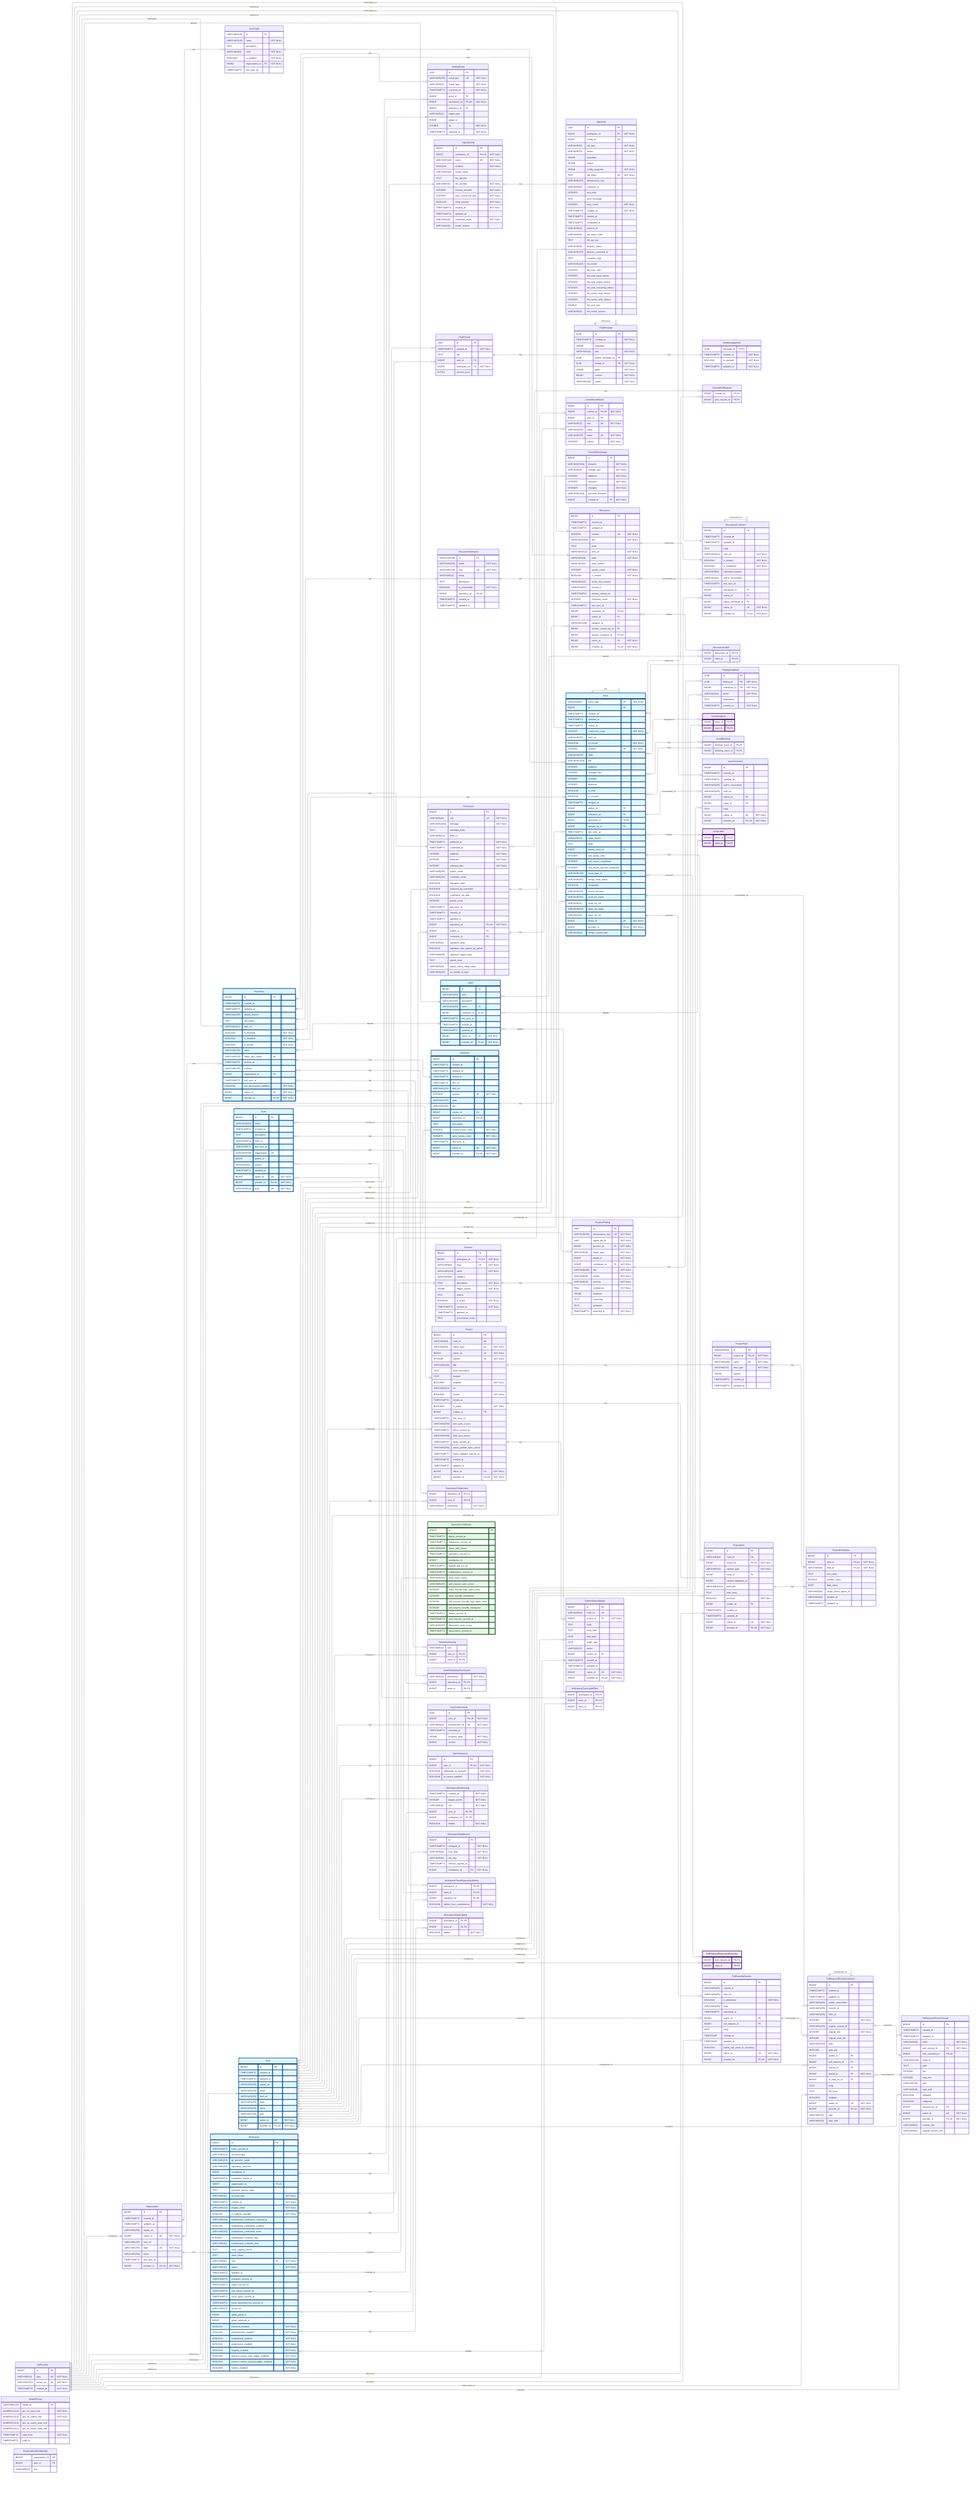
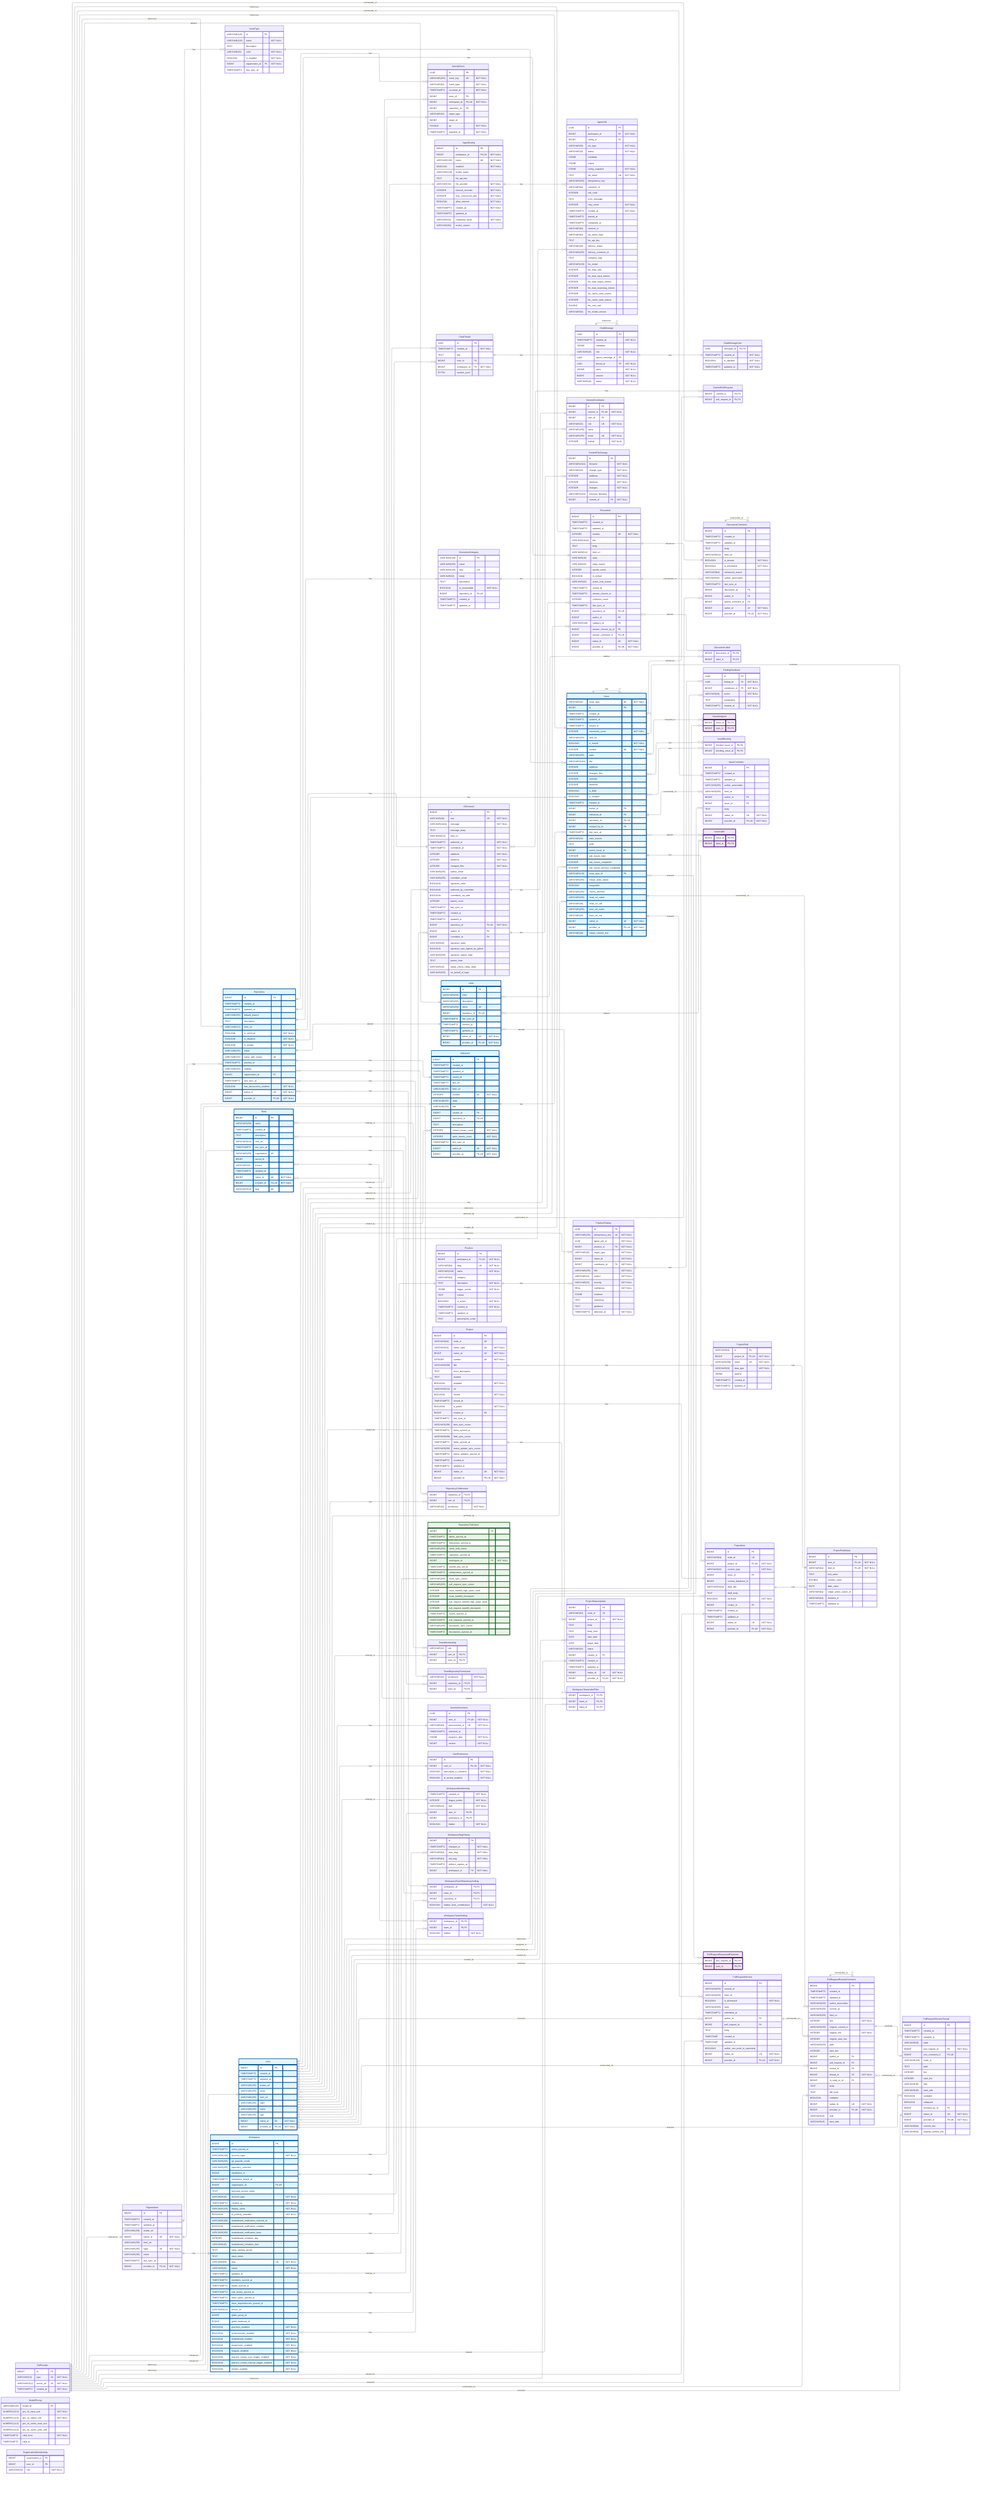
---
config:
    layout: elk
---
erDiagram
    %% Generated automatically from PostgreSQL database schema
    %% using scripts/generate-mermaid-erd.ts
    %% To regenerate: pnpm run db:generate-erd-docs

    direction LR

    ActivityEvent {
        UUID id PK
        VARCHAR(255) event_key UK "NOT NULL"
        VARCHAR(64) event_type "NOT NULL"
        TIMESTAMPTZ occurred_at "NOT NULL"
        BIGINT actor_id FK
        BIGINT workspace_id FK,UK "NOT NULL"
        BIGINT repository_id FK
        VARCHAR(32) target_type
        BIGINT target_id
        DOUBLE xp "NOT NULL"
        TIMESTAMPTZ ingested_at "NOT NULL"
    }

    AgentConfig {
        BIGINT id PK
        BIGINT workspace_id FK,UK "NOT NULL"
        VARCHAR(100) name UK "NOT NULL"
        BOOLEAN enabled "NOT NULL"
        VARCHAR(128) model_name
        TEXT llm_api_key
        VARCHAR(32) llm_provider "NOT NULL"
        INTEGER timeout_seconds "NOT NULL"
        INTEGER max_concurrent_jobs "NOT NULL"
        BOOLEAN allow_internet "NOT NULL"
        TIMESTAMPTZ created_at "NOT NULL"
        TIMESTAMPTZ updated_at
        VARCHAR(16) credential_mode "NOT NULL"
        VARCHAR(50) model_version
    }

    AgentJob {
        UUID id PK
        BIGINT workspace_id FK "NOT NULL"
        BIGINT config_id FK
        VARCHAR(50) job_type "NOT NULL"
        VARCHAR(20) status "NOT NULL"
        JSONB metadata
        JSONB output
        JSONB config_snapshot "NOT NULL"
        TEXT job_token UK "NOT NULL"
        VARCHAR(255) idempotency_key
        VARCHAR(64) container_id
        INTEGER exit_code
        TEXT error_message
        INTEGER retry_count "NOT NULL"
        TIMESTAMPTZ created_at "NOT NULL"
        TIMESTAMPTZ started_at
        TIMESTAMPTZ completed_at
        VARCHAR(64) network_id
        VARCHAR(64) job_token_hash
        TEXT llm_api_key
        VARCHAR(20) delivery_status
        VARCHAR(255) delivery_comment_id
        TEXT container_logs
        VARCHAR(100) llm_model
        INTEGER llm_total_calls
        INTEGER llm_total_input_tokens
        INTEGER llm_total_output_tokens
        INTEGER llm_total_reasoning_tokens
        INTEGER llm_cache_read_tokens
        INTEGER llm_cache_write_tokens
        DOUBLE llm_cost_usd
        VARCHAR(50) llm_model_version
    }

    ChatMessage {
        UUID id PK
        TIMESTAMPTZ created_at "NOT NULL"
        JSONB metadata
        VARCHAR(16) role "NOT NULL"
        UUID parent_message_id FK
        UUID thread_id FK "NOT NULL"
        JSONB parts "NOT NULL"
        BIGINT version "NOT NULL"
        VARCHAR(16) status "NOT NULL"
    }

    ChatMessageVote {
        UUID message_id PK,FK
        TIMESTAMPTZ created_at "NOT NULL"
        BOOLEAN is_upvoted "NOT NULL"
        TIMESTAMPTZ updated_at "NOT NULL"
    }

    ChatThread {
        UUID id PK
        TIMESTAMPTZ created_at "NOT NULL"
        TEXT title
        BIGINT user_id FK
        BIGINT workspace_id FK "NOT NULL"
        BYTEA session_jsonl
    }

    CommitContributor {
        BIGINT id PK
        BIGINT commit_id FK,UK "NOT NULL"
        BIGINT user_id FK
        VARCHAR(32) role UK "NOT NULL"
        VARCHAR(255) name
        VARCHAR(255) email UK "NOT NULL"
        INTEGER ordinal "NOT NULL"
    }

    CommitFileChange {
        BIGINT id PK
        VARCHAR(1024) filename "NOT NULL"
        VARCHAR(32) change_type "NOT NULL"
        INTEGER additions "NOT NULL"
        INTEGER deletions "NOT NULL"
        INTEGER changes "NOT NULL"
        VARCHAR(1024) previous_filename
        BIGINT commit_id FK "NOT NULL"
    }

    CommitPullRequest {
        BIGINT commit_id PK,FK
        BIGINT pull_request_id PK,FK
    }

    Discussion {
        BIGINT id PK
        TIMESTAMPTZ created_at
        TIMESTAMPTZ updated_at
        INTEGER number UK "NOT NULL"
-         VARCHAR(1024) title "NOT NULL"
+         VARCHAR(1024) title
        TEXT body
-         VARCHAR(512) html_url "NOT NULL"
-         VARCHAR(16) state "NOT NULL"
+         VARCHAR(512) html_url
+         VARCHAR(16) state
        VARCHAR(32) state_reason
-         INTEGER upvote_count "NOT NULL"
-         BOOLEAN is_locked "NOT NULL"
+         INTEGER upvote_count
+         BOOLEAN is_locked
        VARCHAR(32) active_lock_reason
        TIMESTAMPTZ closed_at
        TIMESTAMPTZ answer_chosen_at
-         INTEGER comment_count "NOT NULL"
+         INTEGER comment_count
        TIMESTAMPTZ last_sync_at
        BIGINT repository_id FK,UK
        BIGINT author_id FK
        VARCHAR(128) category_id FK
        BIGINT answer_chosen_by_id FK
        BIGINT answer_comment_id FK,UK
        BIGINT native_id UK "NOT NULL"
        BIGINT provider_id FK,UK "NOT NULL"
    }

    DiscussionCategory {
        VARCHAR(128) id PK
-         VARCHAR(255) name "NOT NULL"
-         VARCHAR(128) slug UK "NOT NULL"
+         VARCHAR(255) name
+         VARCHAR(128) slug UK
        VARCHAR(32) emoji
        TEXT description
        BOOLEAN is_answerable "NOT NULL"
        BIGINT repository_id FK,UK
        TIMESTAMPTZ created_at
        TIMESTAMPTZ updated_at
    }

    DiscussionComment {
        BIGINT id PK
        TIMESTAMPTZ created_at
        TIMESTAMPTZ updated_at
        TEXT body
-         VARCHAR(512) html_url "NOT NULL"
+         VARCHAR(512) html_url
        BOOLEAN is_answer "NOT NULL"
        BOOLEAN is_minimized "NOT NULL"
        VARCHAR(64) minimized_reason
        VARCHAR(32) author_association
        TIMESTAMPTZ last_sync_at
        BIGINT discussion_id FK
        BIGINT author_id FK
        BIGINT parent_comment_id FK
        BIGINT native_id UK "NOT NULL"
        BIGINT provider_id FK,UK "NOT NULL"
    }

    DiscussionLabel {
        BIGINT discussion_id PK,FK
        BIGINT label_id PK,FK
    }

    FindingFeedback {
        UUID id PK
        UUID finding_id FK "NOT NULL"
        BIGINT contributor_id FK "NOT NULL"
        VARCHAR(16) action "NOT NULL"
        TEXT explanation
        TIMESTAMPTZ created_at "NOT NULL"
    }

    GitCommit {
        BIGINT id PK
        VARCHAR(40) sha UK "NOT NULL"
        VARCHAR(1024) message "NOT NULL"
        TEXT message_body
        VARCHAR(512) html_url
        TIMESTAMPTZ authored_at "NOT NULL"
        TIMESTAMPTZ committed_at "NOT NULL"
        INTEGER additions "NOT NULL"
        INTEGER deletions "NOT NULL"
        INTEGER changed_files "NOT NULL"
        VARCHAR(255) author_email
        VARCHAR(255) committer_email
        BOOLEAN signature_valid
        BOOLEAN authored_by_committer
        BOOLEAN committed_via_web
        INTEGER parent_count
        TIMESTAMPTZ last_sync_at
        TIMESTAMPTZ created_at
        TIMESTAMPTZ updated_at
        BIGINT repository_id FK,UK "NOT NULL"
        BIGINT author_id FK
        BIGINT committer_id FK
        VARCHAR(32) signature_state
        BOOLEAN signature_was_signed_by_github
        VARCHAR(255) signature_signer_login
        TEXT parent_shas
        VARCHAR(32) status_check_rollup_state
        VARCHAR(255) on_behalf_of_login
    }

    GitProvider {
        BIGINT id PK
        VARCHAR(10) type UK "NOT NULL"
        VARCHAR(512) server_url UK "NOT NULL"
        TIMESTAMPTZ created_at "NOT NULL"
    }

    Issue {
        VARCHAR(31) issue_type UK "NOT NULL"
        BIGINT id PK
        TIMESTAMPTZ created_at
        TIMESTAMPTZ updated_at
        TIMESTAMPTZ closed_at
        INTEGER comments_count "NOT NULL"
        VARCHAR(255) html_url
        BOOLEAN is_locked "NOT NULL"
        INTEGER number UK "NOT NULL"
        VARCHAR(255) state
        VARCHAR(1024) title
        INTEGER additions
        INTEGER changed_files
        INTEGER commits
        INTEGER deletions
        BOOLEAN is_draft
        BOOLEAN is_merged
        TIMESTAMPTZ merged_at
        BIGINT author_id FK
        BIGINT milestone_id FK
        BIGINT repository_id FK,UK
        BIGINT merged_by_id FK
        TIMESTAMPTZ last_sync_at
        VARCHAR(32) state_reason
        TEXT body
        BIGINT parent_issue_id FK
        INTEGER sub_issues_total
        INTEGER sub_issues_completed
        INTEGER sub_issues_percent_completed
        VARCHAR(128) issue_type_id FK
        VARCHAR(255) merge_state_status
        BOOLEAN mergeable
        VARCHAR(255) review_decision
        VARCHAR(255) head_ref_name
        VARCHAR(40) head_ref_oid
        VARCHAR(255) base_ref_name
        VARCHAR(40) base_ref_oid
        BIGINT native_id UK "NOT NULL"
        BIGINT provider_id FK,UK "NOT NULL"
        VARCHAR(40) merge_commit_sha
    }

    IssueAssignee {
        BIGINT issue_id PK,FK
        BIGINT user_id PK,FK
    }

    IssueBlocking {
        BIGINT blocked_issue_id PK,FK
        BIGINT blocking_issue_id PK,FK
    }

    IssueComment {
        BIGINT id PK
        TIMESTAMPTZ created_at
        TIMESTAMPTZ updated_at
        VARCHAR(255) author_association
        VARCHAR(255) html_url
        BIGINT author_id FK
        BIGINT issue_id FK
        TEXT body
        BIGINT native_id UK "NOT NULL"
        BIGINT provider_id FK,UK "NOT NULL"
    }

    IssueLabel {
        BIGINT issue_id PK,FK
        BIGINT label_id PK,FK
    }

    IssueType {
        VARCHAR(128) id PK
        VARCHAR(128) name "NOT NULL"
        TEXT description
        VARCHAR(20) color "NOT NULL"
        BOOLEAN is_enabled "NOT NULL"
        BIGINT organization_id FK "NOT NULL"
        TIMESTAMPTZ last_sync_at
    }

    Label {
        BIGINT id PK
        VARCHAR(255) color
        VARCHAR(255) description
        VARCHAR(255) name UK
        BIGINT repository_id FK,UK
        TIMESTAMPTZ last_sync_at
        TIMESTAMPTZ created_at
        TIMESTAMPTZ updated_at
        BIGINT native_id UK "NOT NULL"
        BIGINT provider_id FK,UK "NOT NULL"
    }

    Milestone {
        BIGINT id PK
        TIMESTAMPTZ created_at
        TIMESTAMPTZ updated_at
        TIMESTAMPTZ closed_at
        TIMESTAMPTZ due_on
        VARCHAR(255) html_url
        INTEGER number UK "NOT NULL"
        VARCHAR(255) state
        VARCHAR(255) title
        BIGINT creator_id FK
        BIGINT repository_id FK,UK
        TEXT description
        INTEGER closed_issues_count "NOT NULL"
        INTEGER open_issues_count "NOT NULL"
        TIMESTAMPTZ last_sync_at
        BIGINT native_id UK "NOT NULL"
        BIGINT provider_id FK,UK "NOT NULL"
    }

    ModelPricing {
        VARCHAR(128) model_id PK
        NUMERIC(12,6) per_1k_input_usd "NOT NULL"
        NUMERIC(12,6) per_1k_output_usd "NOT NULL"
        NUMERIC(12,6) per_1k_cache_read_usd
        NUMERIC(12,6) per_1k_cache_write_usd
        TIMESTAMPTZ valid_from "NOT NULL"
        TIMESTAMPTZ valid_to
    }

    Organization {
        BIGINT id PK
        TIMESTAMPTZ created_at
        TIMESTAMPTZ updated_at
        VARCHAR(255) avatar_url
        BIGINT native_id UK "NOT NULL"
        VARCHAR(255) html_url
        VARCHAR(255) login UK "NOT NULL"
        VARCHAR(255) name
        TIMESTAMPTZ last_sync_at
        BIGINT provider_id FK,UK "NOT NULL"
    }

    OrganizationMembership {
        BIGINT organization_id PK
        BIGINT user_id PK
-         VARCHAR(32) role
+         VARCHAR(32) role "NOT NULL"
    }

    Practice {
        BIGINT id PK
        BIGINT workspace_id FK,UK "NOT NULL"
        VARCHAR(64) slug UK "NOT NULL"
        VARCHAR(128) name "NOT NULL"
        VARCHAR(64) category
        TEXT description "NOT NULL"
        JSONB trigger_events "NOT NULL"
        TEXT criteria
        BOOLEAN is_active "NOT NULL"
        TIMESTAMPTZ created_at "NOT NULL"
        TIMESTAMPTZ updated_at
        TEXT precompute_script
    }

    PracticeFinding {
        UUID id PK
        VARCHAR(255) idempotency_key UK "NOT NULL"
        UUID agent_job_id "NOT NULL"
        BIGINT practice_id FK "NOT NULL"
        VARCHAR(32) target_type "NOT NULL"
        BIGINT target_id "NOT NULL"
        BIGINT contributor_id FK "NOT NULL"
        VARCHAR(255) title "NOT NULL"
        VARCHAR(16) verdict "NOT NULL"
        VARCHAR(16) severity "NOT NULL"
        REAL confidence "NOT NULL"
        JSONB evidence
        TEXT reasoning
        TEXT guidance
        TIMESTAMPTZ detected_at "NOT NULL"
    }

    Project {
        BIGINT id PK
        VARCHAR(64) node_id UK
        VARCHAR(32) owner_type UK "NOT NULL"
        BIGINT owner_id UK "NOT NULL"
        INTEGER number UK "NOT NULL"
        VARCHAR(256) title
        TEXT short_description
        TEXT readme
        BOOLEAN template "NOT NULL"
        VARCHAR(512) url
        BOOLEAN closed "NOT NULL"
        TIMESTAMPTZ closed_at
        BOOLEAN is_public "NOT NULL"
        BIGINT creator_id FK
        TIMESTAMPTZ last_sync_at
        VARCHAR(256) item_sync_cursor
        TIMESTAMPTZ items_synced_at
        VARCHAR(256) field_sync_cursor
        TIMESTAMPTZ fields_synced_at
        VARCHAR(256) status_update_sync_cursor
        TIMESTAMPTZ status_updates_synced_at
        TIMESTAMPTZ created_at
        TIMESTAMPTZ updated_at
        BIGINT native_id UK "NOT NULL"
        BIGINT provider_id FK,UK "NOT NULL"
    }

    ProjectField {
        VARCHAR(64) id PK
        BIGINT project_id FK,UK "NOT NULL"
        VARCHAR(256) name UK "NOT NULL"
        VARCHAR(32) data_type "NOT NULL"
        JSONB options
        TIMESTAMPTZ created_at
        TIMESTAMPTZ updated_at
    }

    ProjectFieldValue {
        BIGINT id PK
        BIGINT item_id FK,UK "NOT NULL"
        VARCHAR(64) field_id FK,UK "NOT NULL"
        TEXT text_value
        DOUBLE number_value
        DATE date_value
        VARCHAR(64) single_select_option_id
        VARCHAR(64) iteration_id
        TIMESTAMPTZ updated_at
    }

    ProjectItem {
        BIGINT id PK
        VARCHAR(64) node_id UK
        BIGINT project_id FK,UK "NOT NULL"
        VARCHAR(32) content_type "NOT NULL"
        BIGINT issue_id FK
        BIGINT content_database_id
        VARCHAR(1024) draft_title
        TEXT draft_body
        BOOLEAN archived "NOT NULL"
        BIGINT creator_id FK
        TIMESTAMPTZ created_at
        TIMESTAMPTZ updated_at
        BIGINT native_id UK "NOT NULL"
        BIGINT provider_id FK,UK "NOT NULL"
    }

    ProjectStatusUpdate {
        BIGINT id PK
        VARCHAR(64) node_id UK
        BIGINT project_id FK "NOT NULL"
        TEXT body
        TEXT body_html
        DATE start_date
        DATE target_date
        VARCHAR(32) status
        BIGINT creator_id FK
        TIMESTAMPTZ created_at
        TIMESTAMPTZ updated_at
        BIGINT native_id UK "NOT NULL"
        BIGINT provider_id FK,UK "NOT NULL"
    }

    PullRequestRequestedReviewer {
        BIGINT pull_request_id PK,FK
        BIGINT user_id PK,FK
    }

    PullRequestReview {
        BIGINT id PK
        VARCHAR(255) commit_id
        VARCHAR(255) html_url
        BOOLEAN is_dismissed "NOT NULL"
        VARCHAR(255) state
        TIMESTAMPTZ submitted_at
        BIGINT author_id FK
        BIGINT pull_request_id FK
        TEXT body
        TIMESTAMP created_at
        TIMESTAMP updated_at
        BOOLEAN author_can_push_to_repository
        BIGINT native_id UK "NOT NULL"
        BIGINT provider_id FK,UK "NOT NULL"
    }

    PullRequestReviewComment {
        BIGINT id PK
        TIMESTAMPTZ created_at
        TIMESTAMPTZ updated_at
        VARCHAR(255) author_association
        VARCHAR(255) commit_id
        VARCHAR(255) html_url
        INTEGER line "NOT NULL"
        VARCHAR(255) original_commit_id
        INTEGER original_line "NOT NULL"
        INTEGER original_start_line
        VARCHAR(255) path
        INTEGER start_line
        BIGINT author_id FK
        BIGINT pull_request_id FK
        BIGINT review_id FK
        BIGINT thread_id FK "NOT NULL"
        BIGINT in_reply_to_id FK
        TEXT body
        TEXT diff_hunk
        BOOLEAN outdated
        BIGINT native_id UK "NOT NULL"
        BIGINT provider_id FK,UK "NOT NULL"
        VARCHAR(16) side
        VARCHAR(16) start_side
    }

    PullRequestReviewThread {
        BIGINT id PK
        TIMESTAMPTZ created_at
        TIMESTAMPTZ updated_at
-         VARCHAR(20) state "NOT NULL"
+         VARCHAR(20) state
        BIGINT pull_request_id FK "NOT NULL"
        BIGINT root_comment_id FK,UK
        VARCHAR(128) node_id
        TEXT path
        INTEGER line
        INTEGER start_line
        VARCHAR(16) side
        VARCHAR(16) start_side
        BOOLEAN outdated
        BOOLEAN collapsed
        BIGINT resolved_by_id FK
        BIGINT native_id UK "NOT NULL"
        BIGINT provider_id FK,UK "NOT NULL"
        VARCHAR(64) commit_sha
        VARCHAR(64) original_commit_sha
    }

    Repository {
        BIGINT id PK
        TIMESTAMPTZ created_at
        TIMESTAMPTZ updated_at
        VARCHAR(255) default_branch
        TEXT description
        VARCHAR(512) html_url
        BOOLEAN is_archived "NOT NULL"
        BOOLEAN is_disabled "NOT NULL"
        BOOLEAN is_private "NOT NULL"
        VARCHAR(255) name
        VARCHAR(150) name_with_owner UK
        TIMESTAMPTZ pushed_at
        VARCHAR(255) visibility
        BIGINT organization_id FK
        TIMESTAMPTZ last_sync_at
        BOOLEAN has_discussions_enabled "NOT NULL"
        BIGINT native_id UK "NOT NULL"
        BIGINT provider_id FK,UK "NOT NULL"
    }

    RepositoryCollaborator {
        BIGINT repository_id PK,FK
        BIGINT user_id PK,FK
        VARCHAR(32) permission "NOT NULL"
    }

    RepositoryToMonitor {
        BIGINT id PK
        TIMESTAMPTZ labels_synced_at
        TIMESTAMPTZ milestones_synced_at
        VARCHAR(255) name_with_owner
        TIMESTAMPTZ repository_synced_at
-         BIGINT workspace_id FK
+         BIGINT workspace_id FK "NOT NULL"
        TIMESTAMPTZ backfill_last_run_at
        TIMESTAMPTZ collaborators_synced_at
        VARCHAR(255) issue_sync_cursor
        VARCHAR(255) pull_request_sync_cursor
        INTEGER issue_backfill_high_water_mark
        INTEGER issue_backfill_checkpoint
        INTEGER pull_request_backfill_high_water_mark
        INTEGER pull_request_backfill_checkpoint
        TIMESTAMPTZ issues_synced_at
        TIMESTAMPTZ pull_requests_synced_at
        VARCHAR(255) discussion_sync_cursor
        TIMESTAMPTZ discussions_synced_at
    }

    Team {
        BIGINT id PK
        VARCHAR(255) name
        TIMESTAMPTZ created_at
        TEXT description
        VARCHAR(512) html_url
        TIMESTAMPTZ last_sync_at
        VARCHAR(255) organization UK
        BIGINT parent_id
        VARCHAR(32) privacy
        TIMESTAMPTZ updated_at
        BIGINT native_id UK "NOT NULL"
        BIGINT provider_id FK,UK "NOT NULL"
-         VARCHAR(512) slug UK "NOT NULL"
+         VARCHAR(512) slug UK
    }

    TeamMembership {
        VARCHAR(32) role
        BIGINT user_id PK,FK
        BIGINT team_id PK,FK
    }

    TeamRepositoryPermission {
        VARCHAR(32) permission "NOT NULL"
        BIGINT repository_id PK,FK
        BIGINT team_id PK,FK
    }

    User {
        BIGINT id PK
        TIMESTAMPTZ created_at
        TIMESTAMPTZ updated_at
        VARCHAR(255) avatar_url
        VARCHAR(255) email
        VARCHAR(255) html_url
        VARCHAR(255) login
        VARCHAR(255) name
        VARCHAR(255) type
        BIGINT native_id UK "NOT NULL"
        BIGINT provider_id FK,UK "NOT NULL"
    }

    UserAchievement {
        UUID id PK
        BIGINT user_id FK,UK "NOT NULL"
        VARCHAR(64) achievement_id UK "NOT NULL"
        TIMESTAMPTZ unlocked_at
        JSONB progress_data "NOT NULL"
        BIGINT version "NOT NULL"
    }

    UserPreference {
        BIGINT id PK
        BIGINT user_id FK,UK "NOT NULL"
        BOOLEAN participate_in_research "NOT NULL"
        BOOLEAN ai_review_enabled "NOT NULL"
    }

    Workspace {
        BIGINT id PK
        TIMESTAMPTZ users_synced_at
-         VARCHAR(120) account_login
+         VARCHAR(120) account_login "NOT NULL"
        VARCHAR(255) git_provider_mode
        VARCHAR(255) repository_selection
        BIGINT installation_id
        TIMESTAMPTZ installation_linked_at
        BIGINT organization_id FK,UK
        TEXT personal_access_token
        VARCHAR(10) account_type "NOT NULL"
        TIMESTAMPTZ created_at "NOT NULL"
        VARCHAR(120) display_name "NOT NULL"
        BOOLEAN is_publicly_viewable "NOT NULL"
        VARCHAR(100) leaderboard_notification_channel_id
        BOOLEAN leaderboard_notification_enabled
        VARCHAR(100) leaderboard_notification_team
        INTEGER leaderboard_schedule_day
        VARCHAR(10) leaderboard_schedule_time
        TEXT slack_signing_secret
        TEXT slack_token
        VARCHAR(64) slug UK "NOT NULL"
        VARCHAR(20) status "NOT NULL"
        TIMESTAMPTZ updated_at
        TIMESTAMPTZ members_synced_at
        TIMESTAMPTZ teams_synced_at
        TIMESTAMPTZ sub_issues_synced_at
        TIMESTAMPTZ issue_types_synced_at
        TIMESTAMPTZ issue_dependencies_synced_at
        VARCHAR(512) server_url
        BIGINT gitlab_group_id
        BIGINT gitlab_webhook_id
        BOOLEAN practices_enabled "NOT NULL"
        BOOLEAN achievements_enabled "NOT NULL"
        BOOLEAN leaderboard_enabled "NOT NULL"
        BOOLEAN progression_enabled "NOT NULL"
        BOOLEAN leagues_enabled "NOT NULL"
        BOOLEAN practice_review_auto_trigger_enabled "NOT NULL"
        BOOLEAN practice_review_manual_trigger_enabled "NOT NULL"
        BOOLEAN mentor_enabled "NOT NULL"
    }

    WorkspaceMembership {
        TIMESTAMPTZ created_at "NOT NULL"
        INTEGER league_points "NOT NULL"
        VARCHAR(16) role "NOT NULL"
        BIGINT user_id PK,FK
        BIGINT workspace_id PK,FK
        BOOLEAN hidden "NOT NULL"
    }

    WorkspaceSlugHistory {
        BIGINT id PK
        TIMESTAMPTZ changed_at "NOT NULL"
        VARCHAR(64) new_slug "NOT NULL"
        VARCHAR(64) old_slug "NOT NULL"
        TIMESTAMPTZ redirect_expires_at
        BIGINT workspace_id FK "NOT NULL"
    }

    WorkspaceTeamLabelFilter {
        BIGINT workspace_id PK,FK
        BIGINT team_id PK,FK
        BIGINT label_id PK,FK
    }

    WorkspaceTeamRepositorySetting {
        BIGINT workspace_id PK,FK
        BIGINT team_id PK,FK
        BIGINT repository_id PK,FK
        BOOLEAN hidden_from_contributions "NOT NULL"
    }

    WorkspaceTeamSetting {
        BIGINT workspace_id PK,FK
        BIGINT team_id PK,FK
        BOOLEAN hidden "NOT NULL"
    }

    %% Relationships
    %% One-to-One relationships
    Workspace ||--|| ActivityEvent : has
    Workspace ||--|| AgentConfig : has
    ChatMessage ||--|| ChatMessageVote : has
    GitCommit ||--|| CommitContributor : has
    DiscussionComment ||--|| Discussion : references
    GitProvider ||--|| Discussion : references
    Repository ||--|| Discussion : has
    Repository ||--|| DiscussionCategory : has
    GitProvider ||--|| DiscussionComment : commented_on
    Repository ||--|| GitCommit : has
    GitProvider ||--|| Issue : references
    Repository ||--|| Issue : has
    GitProvider ||--|| IssueComment : commented_on
    GitProvider ||--|| Label : labeled
    Repository ||--|| Label : labeled
    GitProvider ||--|| Milestone : references
    Repository ||--|| Milestone : has
    GitProvider ||--|| Organization : references
    Workspace ||--|| Practice : has
    GitProvider ||--|| Project : references
    Project ||--|| ProjectField : has
    ProjectField ||--|| ProjectFieldValue : has
    ProjectItem ||--|| ProjectFieldValue : has
    Project ||--|| ProjectItem : has
    GitProvider ||--|| ProjectItem : references
    GitProvider ||--|| ProjectStatusUpdate : references
    GitProvider ||--|| PullRequestReview : reviewed
    GitProvider ||--|| PullRequestReviewComment : commented_on
    GitProvider ||--|| PullRequestReviewThread : reviewed
    PullRequestReviewComment ||--|| PullRequestReviewThread : reviewed
    GitProvider ||--|| Repository : references
    GitProvider ||--|| Team : references
    GitProvider ||--|| User : references
    User ||--|| UserAchievement : has
    User ||--|| UserPreference : has
    Organization ||--|| Workspace : has
    User ||--|| WorkspaceMembership : belongs_to
    Workspace ||--|| WorkspaceMembership : belongs_to

    %% One-to-Many relationships
    User ||--o{ ActivityEvent : references
    Repository ||--o{ ActivityEvent : has
    AgentConfig ||--o{ AgentJob : has
    Workspace ||--o{ AgentJob : has
    ChatMessage ||--o{ ChatMessage : references
    ChatThread ||--o{ ChatMessage : has
    User ||--o{ ChatThread : has
    Workspace ||--o{ ChatThread : has
    User ||--o{ CommitContributor : has
    GitCommit ||--o{ CommitFileChange : has
    User ||--o{ Discussion : references
    User ||--o{ Discussion : authored_by
    DiscussionCategory ||--o{ Discussion : has
    User ||--o{ DiscussionComment : commented_on
    Discussion ||--o{ DiscussionComment : commented_on
    DiscussionComment ||--o{ DiscussionComment : commented_on
    User ||--o{ FindingFeedback : references
    PracticeFinding ||--o{ FindingFeedback : has
    User ||--o{ GitCommit : authored_by
    User ||--o{ GitCommit : references
    User ||--o{ Issue : authored_by
    IssueType ||--o{ Issue : has
    User ||--o{ Issue : merged_by
    Milestone ||--o{ Issue : has
    Issue ||--o{ Issue : has
    User ||--o{ IssueComment : commented_on
    Issue ||--o{ IssueComment : commented_on
    Organization ||--o{ IssueType : has
    User ||--o{ Milestone : created_by
    User ||--o{ PracticeFinding : references
    Practice ||--o{ PracticeFinding : has
    User ||--o{ Project : created_by
    User ||--o{ ProjectItem : created_by
    Issue ||--o{ ProjectItem : has
    User ||--o{ ProjectStatusUpdate : created_by
    Project ||--o{ ProjectStatusUpdate : has
    User ||--o{ PullRequestReview : reviewed
    Issue ||--o{ PullRequestReview : reviewed
    User ||--o{ PullRequestReviewComment : commented_on
    PullRequestReviewComment ||--o{ PullRequestReviewComment : commented_on
    Issue ||--o{ PullRequestReviewComment : commented_on
    PullRequestReview ||--o{ PullRequestReviewComment : commented_on
    PullRequestReviewThread ||--o{ PullRequestReviewComment : commented_on
    Issue ||--o{ PullRequestReviewThread : reviewed
    User ||--o{ PullRequestReviewThread : reviewed
    Organization ||--o{ Repository : has
    Workspace ||--o{ RepositoryToMonitor : monitors
    Workspace ||--o{ WorkspaceSlugHistory : has

    %% Many-to-Many relationships
    GitCommit }o--o{ CommitPullRequest : has
    Issue }o--o{ CommitPullRequest : references
    Discussion }o--o{ DiscussionLabel : labeled
    Label }o--o{ DiscussionLabel : labeled
    Issue }o--o{ IssueAssignee : assigned_to
    User }o--o{ IssueAssignee : assigned_to
    Issue }o--o{ IssueBlocking : has
    Issue }o--o{ IssueBlocking : has
    Issue }o--o{ IssueLabel : labeled
    Label }o--o{ IssueLabel : labeled
    Issue }o--o{ PullRequestRequestedReviewer : reviewed
    User }o--o{ PullRequestRequestedReviewer : reviewed
    Repository }o--o{ RepositoryCollaborator : has
    User }o--o{ RepositoryCollaborator : has
    Team }o--o{ TeamMembership : belongs_to
    User }o--o{ TeamMembership : belongs_to
    Repository }o--o{ TeamRepositoryPermission : has
    Team }o--o{ TeamRepositoryPermission : has
    Label }o--o{ WorkspaceTeamLabelFilter : labeled
    Team }o--o{ WorkspaceTeamLabelFilter : labeled
    Workspace }o--o{ WorkspaceTeamLabelFilter : labeled
    Repository }o--o{ WorkspaceTeamRepositorySetting : has
    Team }o--o{ WorkspaceTeamRepositorySetting : has
    Workspace }o--o{ WorkspaceTeamRepositorySetting : has
    Team }o--o{ WorkspaceTeamSetting : has
    Workspace }o--o{ WorkspaceTeamSetting : has

    %% Styling
    classDef primaryEntity fill:#e1f5fe,stroke:#01579b,stroke-width:2px
    classDef associationEntity fill:#f3e5f5,stroke:#4a148c,stroke-width:2px
    classDef metadataEntity fill:#e8f5e8,stroke:#1b5e20,stroke-width:2px

    class Issue primaryEntity
    class IssueAssignee associationEntity
    class IssueLabel associationEntity
    class Label primaryEntity
    class Milestone primaryEntity
    class PullRequestRequestedReviewer associationEntity
    class Repository primaryEntity
    class RepositoryToMonitor metadataEntity
    class Team primaryEntity
    class User primaryEntity
    class Workspace primaryEntity
